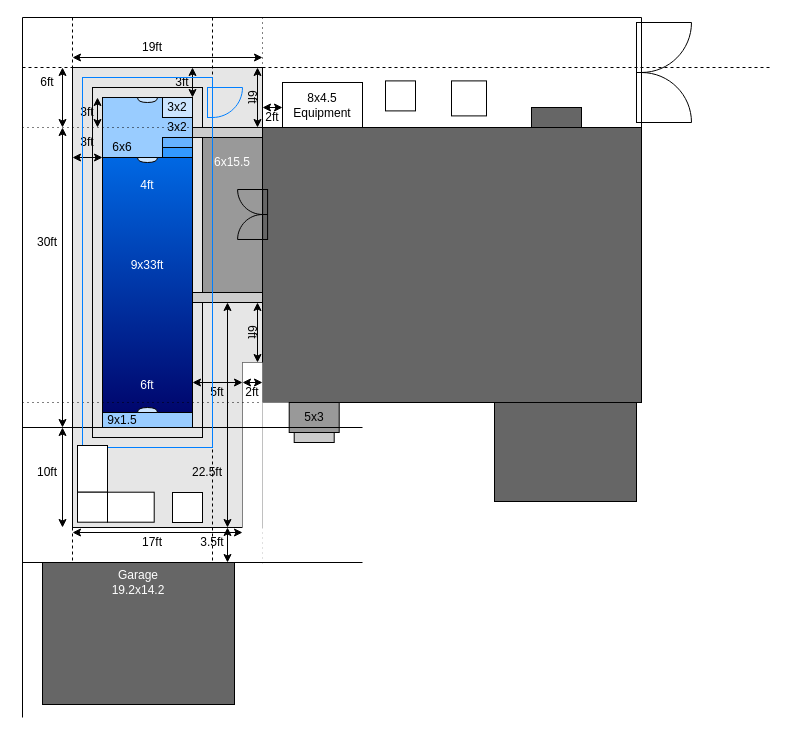
hikumealan/draw-io-diagrams keeps this draw.io diagram as PoolPlan.drawio. Above is the earlier version. Source tidied: cells renumbered, new cells numbered last; positions are measured from the earlier drawing's top-left corner, leaving out a move shared by most shapes. Both pictures are drawn from the tidied source at 100%, with x=0, y=0 at pixel (17, 17).
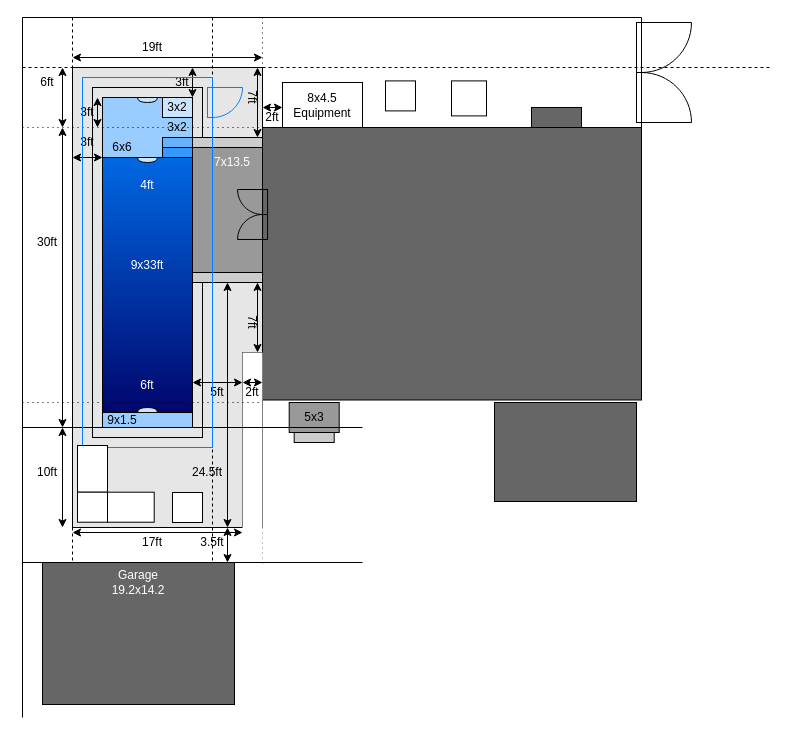
The same diagram, later.

Diff of the diagram source:
```diff
@@
     <mxCell id="4" style="rounded=0;whiteSpace=wrap;html=1;fillColor=#666666;gradientColor=none;" parent="1" vertex="1">
-      <mxGeometry x="245" y="110" width="379" height="275" as="geometry" />
+      <mxGeometry x="245" y="110" width="379" height="272.5" as="geometry" />
     </mxCell>
@@
     <mxCell id="18" style="endArrow=none;html=1;rounded=0;" parent="1" edge="1">
       <mxGeometry relative="1" as="geometry">
-        <mxPoint x="225" y="345" as="sourcePoint" />
-        <mxPoint x="245" y="345" as="targetPoint" />
+        <mxPoint x="225" y="335" as="sourcePoint" />
+        <mxPoint x="245" y="335" as="targetPoint" />
       </mxGeometry>
     </mxCell>
     <mxCell id="19" style="endArrow=none;html=1;rounded=0;" parent="1" edge="1">
       <mxGeometry relative="1" as="geometry">
-        <mxPoint x="225" y="345" as="sourcePoint" />
+        <mxPoint x="225" y="335" as="sourcePoint" />
         <mxPoint x="225" y="510" as="targetPoint" />
       </mxGeometry>
     </mxCell>
-    <mxCell id="20" value="6ft" style="text;html=1;strokeColor=none;fillColor=none;align=center;verticalAlign=middle;whiteSpace=wrap;rounded=0;rotation=90;" parent="1" vertex="1">
+    <mxCell id="20" value="7ft" style="text;html=1;strokeColor=none;fillColor=none;align=center;verticalAlign=middle;whiteSpace=wrap;rounded=0;rotation=90;" parent="1" vertex="1">
       <mxGeometry x="205" y="65" width="60" height="30" as="geometry" />
     </mxCell>
@@
     <mxCell id="29" style="rounded=0;whiteSpace=wrap;html=1;fontColor=#FFFFFF;strokeColor=none;fillColor=#FFFFFF;gradientColor=none;" parent="1" vertex="1">
-      <mxGeometry x="225" y="345" width="20" height="226.7" as="geometry" />
+      <mxGeometry x="225" y="335" width="20" height="230" as="geometry" />
     </mxCell>
-    <mxCell id="30" style="rounded=0;whiteSpace=wrap;html=1;fontColor=#FFFFFF;strokeColor=none;fillColor=#FFFFFF;gradientColor=none;" parent="1" vertex="1">
-      <mxGeometry x="245" y="385" width="26.7" height="186.7" as="geometry" />
-    </mxCell>
@@
-    <mxCell id="36" value="6ft" style="text;html=1;strokeColor=none;fillColor=none;align=center;verticalAlign=middle;whiteSpace=wrap;rounded=0;rotation=90;" parent="1" vertex="1">
-      <mxGeometry x="205" y="300" width="60" height="30" as="geometry" />
+    <mxCell id="36" value="7ft" style="text;html=1;strokeColor=none;fillColor=none;align=center;verticalAlign=middle;whiteSpace=wrap;rounded=0;rotation=90;" parent="1" vertex="1">
+      <mxGeometry x="205" y="290" width="60" height="30" as="geometry" />
     </mxCell>
@@
     <mxCell id="54" style="endArrow=classic;startArrow=classic;html=1;rounded=0;strokeColor=#000000;strokeWidth=1;" parent="1" edge="1">
       <mxGeometry relative="1" as="geometry">
         <mxPoint x="240" y="50" as="sourcePoint" />
-        <mxPoint x="240" y="110" as="targetPoint" />
+        <mxPoint x="240" y="120" as="targetPoint" />
       </mxGeometry>
     </mxCell>
     <mxCell id="55" style="endArrow=classic;startArrow=classic;html=1;rounded=0;strokeColor=#000000;strokeWidth=1;" parent="1" edge="1">
       <mxGeometry relative="1" as="geometry">
-        <mxPoint x="240" y="285" as="sourcePoint" />
-        <mxPoint x="240" y="345" as="targetPoint" />
+        <mxPoint x="240" y="265" as="sourcePoint" />
+        <mxPoint x="240" y="335" as="targetPoint" />
       </mxGeometry>
     </mxCell>
@@
     <mxCell id="64" style="rounded=0;whiteSpace=wrap;html=1;fillColor=#999999;gradientColor=none;" parent="1" vertex="1">
-      <mxGeometry x="185" y="120" width="60" height="155" as="geometry" />
+      <mxGeometry x="175" y="120" width="70" height="135" as="geometry" />
     </mxCell>
     <mxCell id="65" style="rounded=0;whiteSpace=wrap;html=1;fillColor=#CCCCCC;gradientColor=none;" parent="1" vertex="1">
-      <mxGeometry x="175" y="275" width="70" height="10" as="geometry" />
+      <mxGeometry x="175" y="255" width="70" height="10" as="geometry" />
     </mxCell>
     <mxCell id="66" style="rounded=0;whiteSpace=wrap;html=1;fillColor=#CCCCCC;gradientColor=none;" parent="1" vertex="1">
-      <mxGeometry x="175" y="110" width="70" height="10" as="geometry" />
+      <mxGeometry x="175" y="120" width="70" height="10" as="geometry" />
     </mxCell>
@@
-    <mxCell id="68" value="&lt;font color=&quot;#ffffff&quot;&gt;6x15.5&lt;/font&gt;" style="text;html=1;strokeColor=none;fillColor=none;align=center;verticalAlign=middle;whiteSpace=wrap;rounded=0;rotation=0;" parent="1" vertex="1">
+    <mxCell id="68" value="&lt;font color=&quot;#ffffff&quot;&gt;7x13.5&lt;/font&gt;" style="text;html=1;strokeColor=none;fillColor=none;align=center;verticalAlign=middle;whiteSpace=wrap;rounded=0;rotation=0;" parent="1" vertex="1">
       <mxGeometry x="185" y="130" width="60" height="30" as="geometry" />
     </mxCell>
@@
     <mxCell id="82" style="endArrow=classic;startArrow=classic;html=1;rounded=0;fontColor=#FFFFFF;" parent="1" edge="1">
       <mxGeometry relative="1" as="geometry">
-        <mxPoint x="210" y="285" as="sourcePoint" />
+        <mxPoint x="210" y="265" as="sourcePoint" />
         <mxPoint x="210" y="510" as="targetPoint" />
       </mxGeometry>
     </mxCell>
-    <mxCell id="83" value="22.5ft" style="text;html=1;strokeColor=none;fillColor=none;align=center;verticalAlign=middle;whiteSpace=wrap;rounded=0;" parent="1" vertex="1">
+    <mxCell id="83" value="24.5ft" style="text;html=1;strokeColor=none;fillColor=none;align=center;verticalAlign=middle;whiteSpace=wrap;rounded=0;" parent="1" vertex="1">
       <mxGeometry x="160" y="440" width="60" height="30" as="geometry" />
     </mxCell>
```
